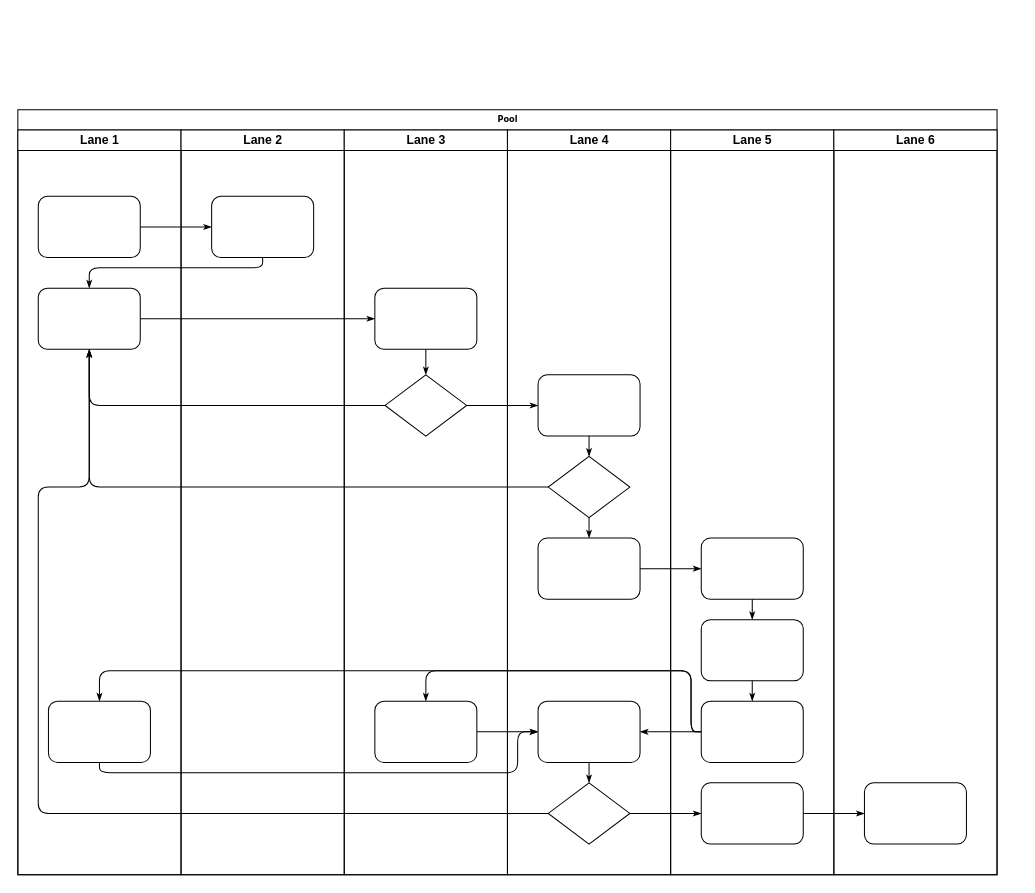
Earlier version of the draw.io diagram 未命名绘图.drawio (18501426092/18501426092). Source tidied: cells renumbered, new cells numbered last; positions are measured from the earlier drawing's top-left corner, leaving out a move shared by most shapes. Both pictures are drawn from the tidied source at 102%, with x=0, y=0 at pixel (17, 109).
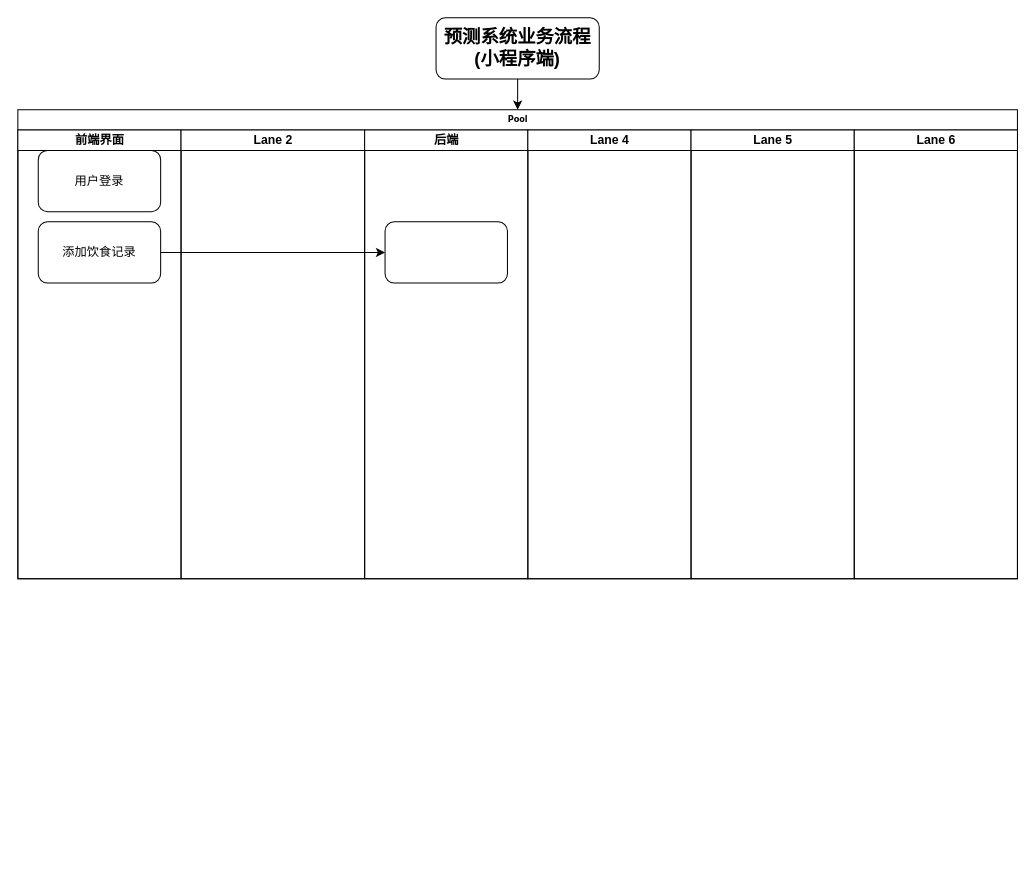
The same page after the edit.

Commit message:
预测系统业务流程.drawio

Change to the diagram source:
```diff
@@
     <mxCell id="2" value="Pool" style="swimlane;html=1;startSize=20;rounded=0;shadow=0;labelBackgroundColor=none;strokeWidth=1;fontFamily=Verdana;fontSize=8;align=center;" parent="1" vertex="1">
-      <mxGeometry width="960" height="750" as="geometry" />
+      <mxGeometry width="980" height="460" as="geometry" />
     </mxCell>
-    <mxCell id="3" value="Lane 1" style="swimlane;html=1;startSize=20;" parent="2" vertex="1">
-      <mxGeometry y="20" width="160" height="730" as="geometry" />
+    <mxCell id="3" value="前端界面" style="swimlane;html=1;startSize=20;" parent="2" vertex="1">
+      <mxGeometry y="20" width="160" height="440" as="geometry" />
     </mxCell>
-    <mxCell id="4" style="rounded=1;whiteSpace=wrap;html=1;shadow=0;labelBackgroundColor=none;strokeWidth=1;fontFamily=Verdana;fontSize=8;align=center;" parent="3" vertex="1">
-      <mxGeometry x="20" y="65" width="100" height="60" as="geometry" />
-    </mxCell>
-    <mxCell id="5" style="rounded=1;whiteSpace=wrap;html=1;shadow=0;labelBackgroundColor=none;strokeWidth=1;fontFamily=Verdana;fontSize=8;align=center;" parent="3" vertex="1">
-      <mxGeometry x="20" y="155" width="100" height="60" as="geometry" />
-    </mxCell>
-    <mxCell id="6" style="rounded=1;whiteSpace=wrap;html=1;shadow=0;labelBackgroundColor=none;strokeWidth=1;fontFamily=Verdana;fontSize=8;align=center;" parent="3" vertex="1">
-      <mxGeometry x="30" y="560" width="100" height="60" as="geometry" />
-    </mxCell>
-    <mxCell id="7" style="edgeStyle=orthogonalEdgeStyle;rounded=1;html=1;labelBackgroundColor=none;startArrow=none;startFill=0;startSize=5;endArrow=classicThin;endFill=1;endSize=5;jettySize=auto;strokeWidth=1;fontFamily=Verdana;fontSize=8;" parent="2" edge="1" source="4" target="23">
-      <mxGeometry relative="1" as="geometry" />
-    </mxCell>
-    <mxCell id="8" style="edgeStyle=orthogonalEdgeStyle;rounded=1;html=1;labelBackgroundColor=none;startArrow=none;startFill=0;startSize=5;endArrow=classicThin;endFill=1;endSize=5;jettySize=auto;strokeWidth=1;fontFamily=Verdana;fontSize=8;" parent="2" edge="1" source="23" target="5">
-      <mxGeometry relative="1" as="geometry">
-        <Array as="points">
-          <mxPoint x="240" y="155" />
-          <mxPoint x="70" y="155" />
-        </Array>
-      </mxGeometry>
-    </mxCell>
-    <mxCell id="9" style="edgeStyle=orthogonalEdgeStyle;rounded=1;html=1;labelBackgroundColor=none;startArrow=none;startFill=0;startSize=5;endArrow=classicThin;endFill=1;endSize=5;jettySize=auto;strokeWidth=1;fontFamily=Verdana;fontSize=8;" parent="2" edge="1" source="5" target="25">
-      <mxGeometry relative="1" as="geometry" />
-    </mxCell>
-    <mxCell id="10" style="edgeStyle=orthogonalEdgeStyle;rounded=1;html=1;labelBackgroundColor=none;startArrow=none;startFill=0;startSize=5;endArrow=classicThin;endFill=1;endSize=5;jettySize=auto;strokeWidth=1;fontFamily=Verdana;fontSize=8;" parent="2" edge="1" source="26" target="5">
-      <mxGeometry relative="1" as="geometry" />
-    </mxCell>
-    <mxCell id="11" style="edgeStyle=orthogonalEdgeStyle;rounded=1;html=1;labelBackgroundColor=none;startArrow=none;startFill=0;startSize=5;endArrow=classicThin;endFill=1;endSize=5;jettySize=auto;strokeWidth=1;fontFamily=Verdana;fontSize=8;" parent="2" edge="1" source="31" target="5">
-      <mxGeometry relative="1" as="geometry" />
-    </mxCell>
-    <mxCell id="12" style="edgeStyle=orthogonalEdgeStyle;rounded=1;html=1;labelBackgroundColor=none;startArrow=none;startFill=0;startSize=5;endArrow=classicThin;endFill=1;endSize=5;jettySize=auto;strokeWidth=1;fontFamily=Verdana;fontSize=8;" parent="2" edge="1" source="34" target="5">
-      <mxGeometry relative="1" as="geometry">
-        <Array as="points">
-          <mxPoint x="20" y="690" />
-          <mxPoint x="20" y="370" />
-          <mxPoint x="70" y="370" />
-        </Array>
-      </mxGeometry>
-    </mxCell>
-    <mxCell id="13" style="edgeStyle=orthogonalEdgeStyle;rounded=1;html=1;labelBackgroundColor=none;startArrow=none;startFill=0;startSize=5;endArrow=classicThin;endFill=1;endSize=5;jettySize=auto;strokeWidth=1;fontFamily=Verdana;fontSize=8;" parent="2" edge="1" source="26" target="30">
-      <mxGeometry relative="1" as="geometry" />
-    </mxCell>
-    <mxCell id="14" style="edgeStyle=orthogonalEdgeStyle;rounded=1;html=1;labelBackgroundColor=none;startArrow=none;startFill=0;startSize=5;endArrow=classicThin;endFill=1;endSize=5;jettySize=auto;strokeWidth=1;fontFamily=Verdana;fontSize=8;" parent="2" edge="1" source="34" target="42">
-      <mxGeometry relative="1" as="geometry" />
-    </mxCell>
-    <mxCell id="15" style="edgeStyle=orthogonalEdgeStyle;rounded=1;html=1;labelBackgroundColor=none;startArrow=none;startFill=0;startSize=5;endArrow=classicThin;endFill=1;endSize=5;jettySize=auto;strokeWidth=1;fontFamily=Verdana;fontSize=8;" parent="2" edge="1" source="42" target="46">
-      <mxGeometry relative="1" as="geometry" />
-    </mxCell>
-    <mxCell id="16" style="edgeStyle=orthogonalEdgeStyle;rounded=1;html=1;labelBackgroundColor=none;startArrow=none;startFill=0;startSize=5;endArrow=classicThin;endFill=1;endSize=5;jettySize=auto;strokeWidth=1;fontFamily=Verdana;fontSize=8;" parent="2" edge="1" source="32" target="39">
-      <mxGeometry relative="1" as="geometry" />
-    </mxCell>
-    <mxCell id="17" style="edgeStyle=orthogonalEdgeStyle;rounded=1;html=1;labelBackgroundColor=none;startArrow=none;startFill=0;startSize=5;endArrow=classicThin;endFill=1;endSize=5;jettySize=auto;strokeWidth=1;fontFamily=Verdana;fontSize=8;" parent="2" edge="1" source="41" target="27">
-      <mxGeometry relative="1" as="geometry">
-        <Array as="points">
-          <mxPoint x="660" y="610" />
-          <mxPoint x="660" y="550" />
-          <mxPoint x="400" y="550" />
-        </Array>
-      </mxGeometry>
-    </mxCell>
-    <mxCell id="18" style="edgeStyle=orthogonalEdgeStyle;rounded=1;html=1;labelBackgroundColor=none;startArrow=none;startFill=0;startSize=5;endArrow=classicThin;endFill=1;endSize=5;jettySize=auto;strokeColor=#000000;strokeWidth=1;fontFamily=Verdana;fontSize=8;fontColor=#000000;" parent="2" edge="1" source="41" target="33">
-      <mxGeometry relative="1" as="geometry" />
-    </mxCell>
-    <mxCell id="19" style="edgeStyle=orthogonalEdgeStyle;rounded=1;html=1;labelBackgroundColor=none;startArrow=none;startFill=0;startSize=5;endArrow=classicThin;endFill=1;endSize=5;jettySize=auto;strokeWidth=1;fontFamily=Verdana;fontSize=8;" parent="2" edge="1" source="41" target="6">
-      <mxGeometry relative="1" as="geometry">
-        <Array as="points">
-          <mxPoint x="660" y="610" />
-          <mxPoint x="660" y="550" />
-          <mxPoint x="80" y="550" />
-        </Array>
-      </mxGeometry>
-    </mxCell>
-    <mxCell id="20" style="edgeStyle=orthogonalEdgeStyle;rounded=1;html=1;labelBackgroundColor=none;startArrow=none;startFill=0;startSize=5;endArrow=classicThin;endFill=1;endSize=5;jettySize=auto;strokeWidth=1;fontFamily=Verdana;fontSize=8;" parent="2" edge="1" source="6" target="33">
-      <mxGeometry relative="1" as="geometry">
-        <Array as="points">
-          <mxPoint x="80" y="650" />
-          <mxPoint x="490" y="650" />
-          <mxPoint x="490" y="610" />
-        </Array>
-      </mxGeometry>
-    </mxCell>
-    <mxCell id="21" style="edgeStyle=orthogonalEdgeStyle;rounded=1;html=1;labelBackgroundColor=none;startArrow=none;startFill=0;startSize=5;endArrow=classicThin;endFill=1;endSize=5;jettySize=auto;strokeWidth=1;fontFamily=Verdana;fontSize=8;" parent="2" edge="1" source="27" target="33">
-      <mxGeometry relative="1" as="geometry" />
-    </mxCell>
+    <mxCell id="47" value="用户登录" style="rounded=1;whiteSpace=wrap;html=1;" parent="3" vertex="1">
+      <mxGeometry x="20" y="20" width="120" height="60" as="geometry" />
+    </mxCell>
+    <mxCell id="48" value="添加饮食记录" style="rounded=1;whiteSpace=wrap;html=1;" parent="3" vertex="1">
+      <mxGeometry x="20" y="90" width="120" height="60" as="geometry" />
+    </mxCell>
     <mxCell id="22" value="Lane 2" style="swimlane;html=1;startSize=20;" parent="2" vertex="1">
-      <mxGeometry x="160" y="20" width="160" height="730" as="geometry" />
+      <mxGeometry x="160" y="20" width="180" height="440" as="geometry" />
     </mxCell>
-    <mxCell id="23" style="rounded=1;whiteSpace=wrap;html=1;shadow=0;labelBackgroundColor=none;strokeWidth=1;fontFamily=Verdana;fontSize=8;align=center;" parent="22" vertex="1">
-      <mxGeometry x="30" y="65" width="100" height="60" as="geometry" />
-    </mxCell>
-    <mxCell id="24" value="Lane 3" style="swimlane;html=1;startSize=20;" parent="2" vertex="1">
-      <mxGeometry x="320" y="20" width="160" height="730" as="geometry" />
+    <mxCell id="24" value="后端" style="swimlane;html=1;startSize=20;" parent="2" vertex="1">
+      <mxGeometry x="340" y="20" width="160" height="440" as="geometry" />
     </mxCell>
-    <mxCell id="25" style="rounded=1;whiteSpace=wrap;html=1;shadow=0;labelBackgroundColor=none;strokeWidth=1;fontFamily=Verdana;fontSize=8;align=center;" parent="24" vertex="1">
-      <mxGeometry x="30" y="155" width="100" height="60" as="geometry" />
-    </mxCell>
-    <mxCell id="26" style="rhombus;whiteSpace=wrap;html=1;rounded=0;shadow=0;labelBackgroundColor=none;strokeWidth=1;fontFamily=Verdana;fontSize=8;align=center;" parent="24" vertex="1">
-      <mxGeometry x="40" y="240" width="80" height="60" as="geometry" />
-    </mxCell>
-    <mxCell id="27" style="rounded=1;whiteSpace=wrap;html=1;shadow=0;labelBackgroundColor=none;strokeWidth=1;fontFamily=Verdana;fontSize=8;align=center;" parent="24" vertex="1">
-      <mxGeometry x="30" y="560" width="100" height="60" as="geometry" />
-    </mxCell>
-    <mxCell id="28" style="edgeStyle=orthogonalEdgeStyle;rounded=1;html=1;labelBackgroundColor=none;startArrow=none;startFill=0;startSize=5;endArrow=classicThin;endFill=1;endSize=5;jettySize=auto;strokeWidth=1;fontFamily=Verdana;fontSize=8;" parent="24" edge="1" source="25" target="26">
-      <mxGeometry relative="1" as="geometry" />
-    </mxCell>
+    <mxCell id="49" style="whiteSpace=wrap;html=1;rounded=1;" parent="24" vertex="1">
+      <mxGeometry x="20" y="90" width="120" height="60" as="geometry" />
+    </mxCell>
     <mxCell id="29" value="Lane 4" style="swimlane;html=1;startSize=20;" parent="2" vertex="1">
-      <mxGeometry x="480" y="20" width="160" height="730" as="geometry" />
+      <mxGeometry x="500" y="20" width="160" height="440" as="geometry" />
     </mxCell>
-    <mxCell id="30" style="rounded=1;whiteSpace=wrap;html=1;shadow=0;labelBackgroundColor=none;strokeWidth=1;fontFamily=Verdana;fontSize=8;align=center;" parent="29" vertex="1">
-      <mxGeometry x="30" y="240" width="100" height="60" as="geometry" />
-    </mxCell>
-    <mxCell id="31" style="rhombus;whiteSpace=wrap;html=1;rounded=0;shadow=0;labelBackgroundColor=none;strokeWidth=1;fontFamily=Verdana;fontSize=8;align=center;" parent="29" vertex="1">
-      <mxGeometry x="40" y="320" width="80" height="60" as="geometry" />
-    </mxCell>
-    <mxCell id="32" style="rounded=1;whiteSpace=wrap;html=1;shadow=0;labelBackgroundColor=none;strokeWidth=1;fontFamily=Verdana;fontSize=8;align=center;" parent="29" vertex="1">
-      <mxGeometry x="30" y="400" width="100" height="60" as="geometry" />
-    </mxCell>
-    <mxCell id="33" style="rounded=1;whiteSpace=wrap;html=1;shadow=0;labelBackgroundColor=none;strokeWidth=1;fontFamily=Verdana;fontSize=8;align=center;" parent="29" vertex="1">
-      <mxGeometry x="30" y="560" width="100" height="60" as="geometry" />
-    </mxCell>
-    <mxCell id="34" style="rhombus;whiteSpace=wrap;html=1;rounded=0;shadow=0;labelBackgroundColor=none;strokeWidth=1;fontFamily=Verdana;fontSize=8;align=center;" parent="29" vertex="1">
-      <mxGeometry x="40" y="640" width="80" height="60" as="geometry" />
-    </mxCell>
-    <mxCell id="35" style="edgeStyle=orthogonalEdgeStyle;rounded=1;html=1;labelBackgroundColor=none;startArrow=none;startFill=0;startSize=5;endArrow=classicThin;endFill=1;endSize=5;jettySize=auto;strokeColor=#000000;strokeWidth=1;fontFamily=Verdana;fontSize=8;fontColor=#000000;" parent="29" edge="1" source="30" target="31">
-      <mxGeometry relative="1" as="geometry" />
-    </mxCell>
-    <mxCell id="36" style="edgeStyle=orthogonalEdgeStyle;rounded=1;html=1;labelBackgroundColor=none;startArrow=none;startFill=0;startSize=5;endArrow=classicThin;endFill=1;endSize=5;jettySize=auto;strokeWidth=1;fontFamily=Verdana;fontSize=8;" parent="29" edge="1" source="31" target="32">
-      <mxGeometry relative="1" as="geometry" />
-    </mxCell>
-    <mxCell id="37" style="edgeStyle=orthogonalEdgeStyle;rounded=1;html=1;labelBackgroundColor=none;startArrow=none;startFill=0;startSize=5;endArrow=classicThin;endFill=1;endSize=5;jettySize=auto;strokeWidth=1;fontFamily=Verdana;fontSize=8;" parent="29" edge="1" source="33" target="34">
-      <mxGeometry relative="1" as="geometry" />
-    </mxCell>
     <mxCell id="38" value="Lane 5" style="swimlane;html=1;startSize=20;" parent="2" vertex="1">
-      <mxGeometry x="640" y="20" width="160" height="730" as="geometry" />
+      <mxGeometry x="660" y="20" width="160" height="440" as="geometry" />
     </mxCell>
-    <mxCell id="39" style="rounded=1;whiteSpace=wrap;html=1;shadow=0;labelBackgroundColor=none;strokeWidth=1;fontFamily=Verdana;fontSize=8;align=center;" parent="38" vertex="1">
-      <mxGeometry x="30" y="400" width="100" height="60" as="geometry" />
-    </mxCell>
-    <mxCell id="40" style="rounded=1;whiteSpace=wrap;html=1;shadow=0;labelBackgroundColor=none;strokeWidth=1;fontFamily=Verdana;fontSize=8;align=center;" parent="38" vertex="1">
-      <mxGeometry x="30" y="480" width="100" height="60" as="geometry" />
-    </mxCell>
-    <mxCell id="41" style="rounded=1;whiteSpace=wrap;html=1;shadow=0;labelBackgroundColor=none;strokeWidth=1;fontFamily=Verdana;fontSize=8;align=center;" parent="38" vertex="1">
-      <mxGeometry x="30" y="560" width="100" height="60" as="geometry" />
-    </mxCell>
-    <mxCell id="42" style="rounded=1;whiteSpace=wrap;html=1;shadow=0;labelBackgroundColor=none;strokeWidth=1;fontFamily=Verdana;fontSize=8;align=center;" parent="38" vertex="1">
-      <mxGeometry x="30" y="640" width="100" height="60" as="geometry" />
-    </mxCell>
-    <mxCell id="43" style="edgeStyle=orthogonalEdgeStyle;rounded=1;html=1;labelBackgroundColor=none;startArrow=none;startFill=0;startSize=5;endArrow=classicThin;endFill=1;endSize=5;jettySize=auto;strokeWidth=1;fontFamily=Verdana;fontSize=8;" parent="38" edge="1" source="39" target="40">
-      <mxGeometry relative="1" as="geometry" />
-    </mxCell>
-    <mxCell id="44" style="edgeStyle=orthogonalEdgeStyle;rounded=1;html=1;labelBackgroundColor=none;startArrow=none;startFill=0;startSize=5;endArrow=classicThin;endFill=1;endSize=5;jettySize=auto;strokeWidth=1;fontFamily=Verdana;fontSize=8;" parent="38" edge="1" source="40" target="41">
-      <mxGeometry relative="1" as="geometry" />
-    </mxCell>
     <mxCell id="45" value="Lane 6" style="swimlane;html=1;startSize=20;" parent="2" vertex="1">
-      <mxGeometry x="800" y="20" width="160" height="730" as="geometry" />
+      <mxGeometry x="820" y="20" width="160" height="440" as="geometry" />
     </mxCell>
-    <mxCell id="46" style="rounded=1;whiteSpace=wrap;html=1;shadow=0;labelBackgroundColor=none;strokeWidth=1;fontFamily=Verdana;fontSize=8;align=center;" parent="45" vertex="1">
-      <mxGeometry x="30" y="640" width="100" height="60" as="geometry" />
-    </mxCell>
+    <mxCell id="50" style="edgeStyle=orthogonalEdgeStyle;rounded=0;jettySize=auto;html=1;" parent="2" edge="1" source="48" target="49">
+      <mxGeometry relative="1" as="geometry" />
+    </mxCell>
+    <mxCell id="51" style="edgeStyle=orthogonalEdgeStyle;rounded=0;jettySize=auto;html=1;entryX=0.5;entryY=0;entryDx=0;entryDy=0;" parent="1" edge="1" source="52" target="2">
+      <mxGeometry relative="1" as="geometry" />
+    </mxCell>
+    <mxCell id="52" value="预测系统业务流程(小程序端)" style="rounded=1;whiteSpace=wrap;html=1;fontStyle=1;fontSize=18;" parent="1" vertex="1">
+      <mxGeometry x="410" y="-90" width="160" height="60" as="geometry" />
+    </mxCell>
```
